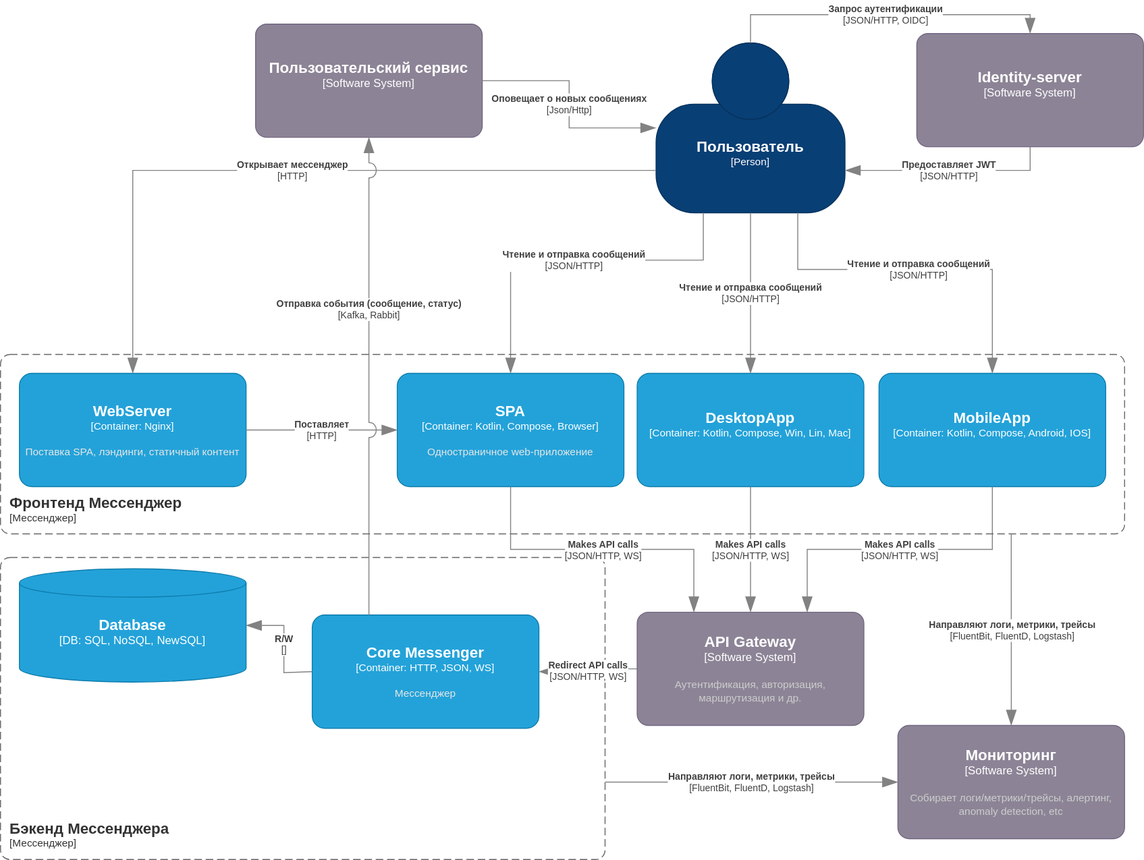
Before: docs/03-architecture/arch-C4-containers.drawio.svg, a diagram exported from draw.io (jep21s/ok-project). Source tidied: cells renumbered, new cells last; positions are measured from the earlier drawing's top-left corner, leaving out a move shared by most shapes.
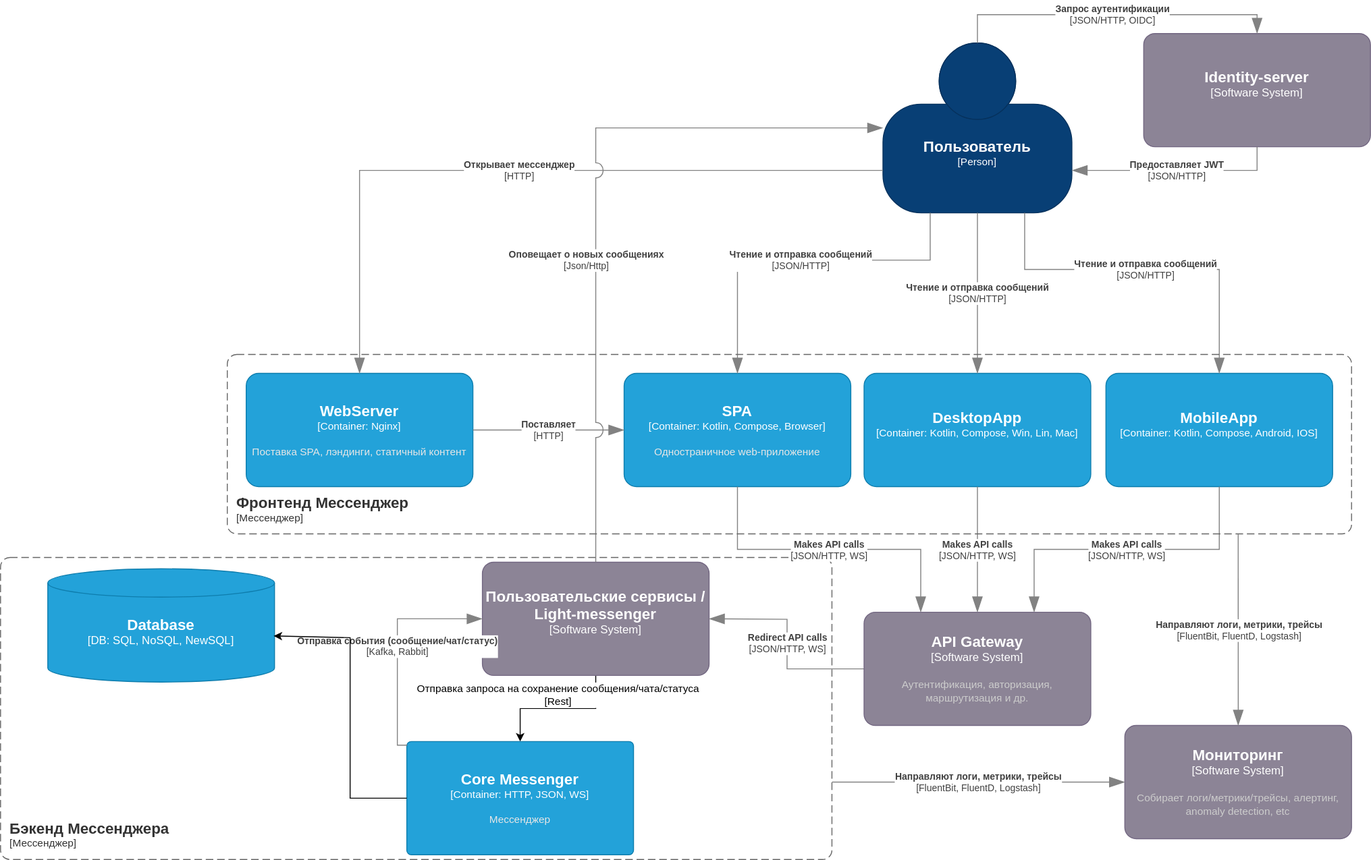
Later version of the same file.

The edit, as a diff of the source:
```diff
@@ -4,7 +4,7 @@
     <mxCell id="1" parent="0" />
     <object id="2" label="&lt;font style=&quot;font-size: 16px&quot;&gt;&lt;b&gt;&lt;div style=&quot;text-align: left&quot;&gt;%c4Name%&lt;/div&gt;&lt;/b&gt;&lt;/font&gt;&lt;div style=&quot;text-align: left&quot;&gt;[%c4Application%]&lt;/div&gt;" c4Application="Мессенджер" c4Name="Бэкенд Мессенджера" c4Type="SystemScopeBoundary" placeholders="1">
       <mxCell style="rounded=1;fontSize=11;whiteSpace=wrap;html=1;dashed=1;arcSize=20;fillColor=none;strokeColor=#666666;fontColor=#333333;labelBackgroundColor=none;align=left;verticalAlign=bottom;labelBorderColor=none;spacingTop=0;spacing=10;dashPattern=8 4;perimeter=rectanglePerimeter;noLabel=0;labelPadding=0;absoluteArcSize=1;" parent="1" vertex="1">
-        <mxGeometry y="575" width="640" height="320" as="geometry" />
+        <mxGeometry x="-240" y="575" width="880" height="320" as="geometry" />
       </mxCell>
     </object>
     <object id="3" label="&lt;font style=&quot;font-size: 16px&quot;&gt;&lt;b&gt;%c4Name%&lt;/b&gt;&lt;/font&gt;&lt;div&gt;[%c4Type%]&lt;/div&gt;&lt;br&gt;&lt;div&gt;&lt;font style=&quot;font-size: 11px&quot;&gt;&lt;font color=&quot;#cccccc&quot;&gt;%c4Description%&lt;/font&gt;&lt;/div&gt;" c4Description="" c4Name="Пользователь" c4Type="Person" placeholders="1">
@@ -67,14 +67,26 @@
         </mxGeometry>
       </mxCell>
     </object>
+    <mxCell id="31" style="edgeStyle=orthogonalEdgeStyle;rounded=0;jettySize=auto;html=1;" parent="1" edge="1" source="13" target="18">
+      <mxGeometry relative="1" as="geometry" />
+    </mxCell>
+    <mxCell id="32" value="Отправка запроса на сохранение сообщения/чата/статуса &lt;br&gt;[Rest]" style="edgeLabel;html=1;align=center;verticalAlign=middle;" parent="31" vertex="1">
+      <mxGeometry x="-0.12" y="-4" relative="1" as="geometry">
+        <mxPoint x="-9" y="-11" as="offset" />
+      </mxGeometry>
+    </mxCell>
-    <object id="13" label="&lt;font style=&quot;font-size: 16px&quot;&gt;&lt;b&gt;%c4Name%&lt;/b&gt;&lt;/font&gt;&lt;div&gt;[%c4Type%]&lt;/div&gt;&lt;br&gt;&lt;div&gt;&lt;font style=&quot;font-size: 11px&quot;&gt;&lt;font color=&quot;#cccccc&quot;&gt;%c4Description%&lt;/font&gt;&lt;/div&gt;" c4Description="" c4Name="Пользовательский сервис" c4Type="Software System" placeholders="1">
+    <object id="13" label="&lt;font style=&quot;font-size: 16px&quot;&gt;&lt;b&gt;%c4Name%&lt;/b&gt;&lt;/font&gt;&lt;div&gt;[%c4Type%]&lt;/div&gt;&lt;br&gt;&lt;div&gt;&lt;font style=&quot;font-size: 11px&quot;&gt;&lt;font color=&quot;#cccccc&quot;&gt;%c4Description%&lt;/font&gt;&lt;/div&gt;" c4Description="" c4Name="Пользовательские сервисы / Light-messenger" c4Type="Software System" placeholders="1">
       <mxCell style="rounded=1;whiteSpace=wrap;html=1;labelBackgroundColor=none;fillColor=#8C8496;fontColor=#ffffff;align=center;arcSize=10;strokeColor=#736782;points=[[0.25,0,0],[0.5,0,0],[0.75,0,0],[1,0.25,0],[1,0.5,0],[1,0.75,0],[0.75,1,0],[0.5,1,0],[0.25,1,0],[0,0.75,0],[0,0.5,0],[0,0.25,0]];" parent="1" vertex="1">
-        <mxGeometry x="270" y="10" width="240" height="120" as="geometry" />
+        <mxGeometry x="270" y="580" width="240" height="120" as="geometry" />
       </mxCell>
     </object>
     <object id="14" label="&lt;div style=&quot;text-align: left&quot;&gt;&lt;div style=&quot;text-align: center&quot;&gt;&lt;b&gt;%c4Description%&lt;/b&gt;&lt;/div&gt;&lt;div style=&quot;text-align: center&quot;&gt;[%c4Technology%]&lt;/div&gt;&lt;/div&gt;" c4Description="Оповещает о новых сообщениях" c4Technology="Json/Http" c4Type="Relationship" placeholders="1">
-      <mxCell style="endArrow=blockThin;html=1;fontSize=10;fontColor=#404040;strokeWidth=1;endFill=1;strokeColor=#828282;elbow=vertical;endSize=14;startSize=14;jumpStyle=arc;jumpSize=16;rounded=0;edgeStyle=orthogonalEdgeStyle;entryX=0;entryY=0.5;entryDx=0;entryDy=0;entryPerimeter=0;exitX=1;exitY=0.5;exitDx=0;exitDy=0;exitPerimeter=0;" parent="1" edge="1" source="13" target="3">
-        <mxGeometry relative="1" as="geometry" />
+      <mxCell style="endArrow=blockThin;html=1;fontSize=10;fontColor=#404040;strokeWidth=1;endFill=1;strokeColor=#828282;elbow=vertical;endSize=14;startSize=14;jumpStyle=arc;jumpSize=16;rounded=0;edgeStyle=orthogonalEdgeStyle;entryX=0;entryY=0.5;entryDx=0;entryDy=0;entryPerimeter=0;exitX=0.5;exitY=0;exitDx=0;exitDy=0;exitPerimeter=0;" parent="1" edge="1" source="13" target="3">
+        <mxGeometry x="-0.16" y="10" relative="1" as="geometry">
+          <Array as="points">
+            <mxPoint x="390" y="120" />
+          </Array>
+        </mxGeometry>
       </mxCell>
     </object>
     <object id="15" label="&lt;font style=&quot;font-size: 16px&quot;&gt;&lt;b&gt;%c4Name%&lt;/b&gt;&lt;/font&gt;&lt;div&gt;[%c4Type%]&lt;/div&gt;&lt;br&gt;&lt;div&gt;&lt;font style=&quot;font-size: 11px&quot;&gt;&lt;font color=&quot;#cccccc&quot;&gt;%c4Description%&lt;/font&gt;&lt;/div&gt;" c4Description="" c4Name="Identity-server" c4Type="Software System" placeholders="1">
@@ -98,8 +110,8 @@
       </mxCell>
     </object>
     <object id="18" label="&lt;font style=&quot;font-size: 16px&quot;&gt;&lt;b&gt;%c4Name%&lt;/b&gt;&lt;/font&gt;&lt;div&gt;[%c4Type%: %c4Technology%]&lt;/div&gt;&lt;br&gt;&lt;div&gt;&lt;font style=&quot;font-size: 11px&quot;&gt;&lt;font color=&quot;#E6E6E6&quot;&gt;%c4Description%&lt;/font&gt;&lt;/div&gt;" c4Description="Мессенджер" c4Name="Core Messenger" c4Technology="HTTP, JSON, WS" c4Type="Container" placeholders="1">
-      <mxCell style="rounded=1;whiteSpace=wrap;html=1;fontSize=11;labelBackgroundColor=none;fillColor=#23A2D9;fontColor=#ffffff;align=center;arcSize=11;strokeColor=#0E7DAD;points=[[0.25,0,0],[0.5,0,0],[0.75,0,0],[1,0.25,0],[1,0.5,0],[1,0.75,0],[0.75,1,0],[0.5,1,0],[0.25,1,0],[0,0.75,0],[0,0.5,0],[0,0.25,0]];" parent="1" vertex="1">
-        <mxGeometry x="330" y="636" width="240" height="120" as="geometry" />
+      <mxCell style="rounded=1;whiteSpace=wrap;html=1;fontSize=11;labelBackgroundColor=none;fillColor=#23A2D9;fontColor=#ffffff;align=center;arcSize=4;strokeColor=#0E7DAD;points=[[0.25,0,0],[0.5,0,0],[0.75,0,0],[1,0.25,0],[1,0.5,0],[1,0.75,0],[0.75,1,0],[0.5,1,0],[0.25,1,0],[0,0.75,0],[0,0.5,0],[0,0.25,0]];" parent="1" vertex="1">
+        <mxGeometry x="190" y="770" width="240" height="120" as="geometry" />
       </mxCell>
     </object>
     <object id="19" label="&lt;div style=&quot;text-align: left&quot;&gt;&lt;div style=&quot;text-align: center&quot;&gt;&lt;b&gt;%c4Description%&lt;/b&gt;&lt;/div&gt;&lt;div style=&quot;text-align: center&quot;&gt;[%c4Technology%]&lt;/div&gt;&lt;/div&gt;" c4Description="Makes API calls" c4Technology="JSON/HTTP, WS" c4Type="Relationship" placeholders="1">
@@ -118,30 +130,25 @@
       </mxCell>
     </object>
     <object id="22" label="&lt;div style=&quot;text-align: left&quot;&gt;&lt;div style=&quot;text-align: center&quot;&gt;&lt;b&gt;%c4Description%&lt;/b&gt;&lt;/div&gt;&lt;div style=&quot;text-align: center&quot;&gt;[%c4Technology%]&lt;/div&gt;&lt;/div&gt;" c4Description="Redirect API calls" c4Technology="JSON/HTTP, WS" c4Type="Relationship" placeholders="1">
-      <mxCell style="endArrow=blockThin;html=1;fontSize=10;fontColor=#404040;strokeWidth=1;endFill=1;strokeColor=#828282;elbow=vertical;endSize=14;startSize=14;jumpStyle=arc;jumpSize=16;rounded=0;edgeStyle=orthogonalEdgeStyle;exitX=0;exitY=0.5;exitDx=0;exitDy=0;exitPerimeter=0;entryX=1;entryY=0.5;entryDx=0;entryDy=0;entryPerimeter=0;" parent="1" edge="1" source="28" target="18">
-        <mxGeometry relative="1" as="geometry" />
+      <mxCell style="endArrow=blockThin;html=1;fontSize=10;fontColor=#404040;strokeWidth=1;endFill=1;strokeColor=#828282;elbow=vertical;endSize=14;startSize=14;jumpStyle=arc;jumpSize=16;rounded=0;edgeStyle=orthogonalEdgeStyle;exitX=0;exitY=0.5;exitDx=0;exitDy=0;exitPerimeter=0;" parent="1" edge="1" source="28">
+        <mxGeometry relative="1" as="geometry">
+          <mxPoint x="510" y="640" as="targetPoint" />
+        </mxGeometry>
       </mxCell>
     </object>
-    <object id="23" label="&lt;div style=&quot;text-align: left&quot;&gt;&lt;div style=&quot;text-align: center&quot;&gt;&lt;b&gt;%c4Description%&lt;/b&gt;&lt;/div&gt;&lt;div style=&quot;text-align: center&quot;&gt;[%c4Technology%]&lt;/div&gt;&lt;/div&gt;" c4Description="R/W" c4Technology="" c4Type="Relationship" placeholders="1">
-      <mxCell style="endArrow=blockThin;html=1;fontSize=10;fontColor=#404040;strokeWidth=1;endFill=1;strokeColor=#828282;elbow=vertical;endSize=14;startSize=14;jumpStyle=arc;jumpSize=16;rounded=0;edgeStyle=orthogonalEdgeStyle;entryX=1;entryY=0.5;entryDx=0;entryDy=0;entryPerimeter=0;" parent="1" edge="1" target="24">
-        <mxGeometry relative="1" as="geometry">
-          <mxPoint x="330" y="696" as="sourcePoint" />
-          <Array as="points">
-            <mxPoint x="330" y="697" />
-            <mxPoint x="300" y="697" />
-            <mxPoint x="300" y="647" />
-          </Array>
-        </mxGeometry>
-      </mxCell>
-    </object>
     <object id="24" label="&lt;font style=&quot;font-size: 16px&quot;&gt;&lt;b&gt;%c4Type%&lt;/b&gt;&lt;/font&gt;&lt;div&gt;[%c4Container%:&amp;nbsp;%c4Technology%]&lt;/div&gt;&lt;br&gt;&lt;div&gt;&lt;font style=&quot;font-size: 11px&quot;&gt;&lt;font color=&quot;#E6E6E6&quot;&gt;%c4Description%&lt;/font&gt;&lt;/div&gt;" c4Container="DB" c4Description="" c4Technology="SQL, NoSQL, NewSQL" c4Type="Database" placeholders="1">
       <mxCell style="shape=cylinder3;size=15;whiteSpace=wrap;html=1;boundedLbl=1;rounded=0;labelBackgroundColor=none;fillColor=#23A2D9;fontSize=12;fontColor=#ffffff;align=center;strokeColor=#0E7DAD;points=[[0.5,0,0],[1,0.25,0],[1,0.5,0],[1,0.75,0],[0.5,1,0],[0,0.75,0],[0,0.5,0],[0,0.25,0]];" parent="1" vertex="1">
-        <mxGeometry x="20" y="587" width="240" height="120" as="geometry" />
+        <mxGeometry x="-190" y="587" width="240" height="120" as="geometry" />
       </mxCell>
     </object>
-    <object id="25" label="&lt;div style=&quot;text-align: left&quot;&gt;&lt;div style=&quot;text-align: center&quot;&gt;&lt;b&gt;%c4Description%&lt;/b&gt;&lt;/div&gt;&lt;div style=&quot;text-align: center&quot;&gt;[%c4Technology%]&lt;/div&gt;&lt;/div&gt;" c4Description="Отправка события (сообщение, статус)" c4Technology="Kafka, Rabbit" c4Type="Relationship" placeholders="1">
-      <mxCell style="endArrow=blockThin;html=1;fontSize=10;fontColor=#404040;strokeWidth=1;endFill=1;strokeColor=#828282;elbow=vertical;endSize=14;startSize=14;jumpStyle=arc;jumpSize=16;rounded=0;edgeStyle=orthogonalEdgeStyle;entryX=0.5;entryY=1;entryDx=0;entryDy=0;entryPerimeter=0;exitX=0.25;exitY=0;exitDx=0;exitDy=0;exitPerimeter=0;" parent="1" edge="1" source="18" target="13">
-        <mxGeometry x="0.28" relative="1" as="geometry" />
+    <object id="25" label="&lt;div style=&quot;text-align: left&quot;&gt;&lt;div style=&quot;text-align: center&quot;&gt;&lt;b&gt;%c4Description%&lt;/b&gt;&lt;/div&gt;&lt;div style=&quot;text-align: center&quot;&gt;[%c4Technology%]&lt;/div&gt;&lt;/div&gt;" c4Description="Отправка события (сообщение/чат/статус)" c4Technology="Kafka, Rabbit" c4Type="Relationship" placeholders="1">
+      <mxCell style="endArrow=blockThin;html=1;fontSize=10;fontColor=#404040;strokeWidth=1;endFill=1;strokeColor=#828282;elbow=vertical;endSize=14;startSize=14;jumpStyle=arc;jumpSize=16;rounded=0;edgeStyle=orthogonalEdgeStyle;exitX=0.002;exitY=0.032;exitDx=0;exitDy=0;exitPerimeter=0;entryX=0;entryY=0.5;entryDx=0;entryDy=0;entryPerimeter=0;" parent="1" edge="1" source="18" target="13">
+        <mxGeometry x="-0.02" relative="1" as="geometry">
+          <Array as="points">
+            <mxPoint x="180" y="774" />
+            <mxPoint x="180" y="640" />
+          </Array>
+        </mxGeometry>
       </mxCell>
     </object>
     <object id="26" label="&lt;font style=&quot;font-size: 16px&quot;&gt;&lt;b&gt;%c4Name%&lt;/b&gt;&lt;/font&gt;&lt;div&gt;[%c4Type%]&lt;/div&gt;&lt;br&gt;&lt;div&gt;&lt;font style=&quot;font-size: 11px&quot;&gt;&lt;font color=&quot;#cccccc&quot;&gt;%c4Description%&lt;/font&gt;&lt;/div&gt;" c4Description="Собирает логи/метрики/трейсы, алертинг, anomaly detection, etc" c4Name="Мониторинг" c4Type="Software System" placeholders="1">
@@ -176,5 +183,14 @@
         </mxGeometry>
       </mxCell>
     </object>
+    <mxCell id="33" style="edgeStyle=none;jettySize=auto;html=1;rounded=0;entryX=0.996;entryY=0.593;entryDx=0;entryDy=0;entryPerimeter=0;" parent="1" edge="1" target="24">
+      <mxGeometry relative="1" as="geometry">
+        <mxPoint x="190" y="830" as="sourcePoint" />
+        <Array as="points">
+          <mxPoint x="130" y="830" />
+          <mxPoint x="130" y="660" />
+        </Array>
+      </mxGeometry>
+    </mxCell>
   </root>
 </mxGraphModel>
```
